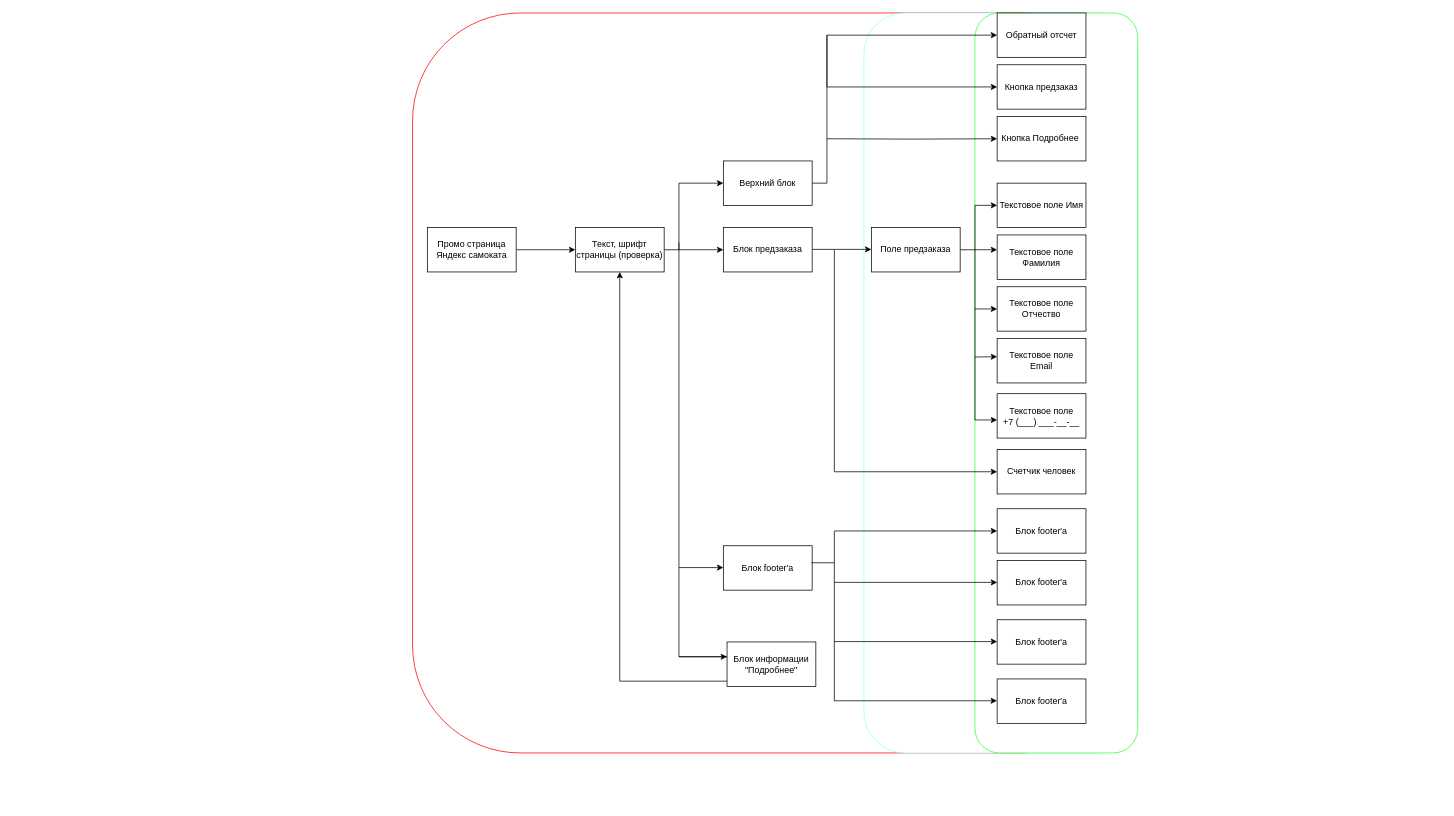
Before: Диаграмма без названия.drawio in ru1svasin/ru1svasin, a draw.io diagram. Source tidied: cells renumbered, new cells numbered last; positions are measured from the earlier drawing's top-left corner, leaving out a move shared by most shapes. Both pictures are drawn from the tidied source at 74%, with x=0, y=0 at pixel (412, 13).
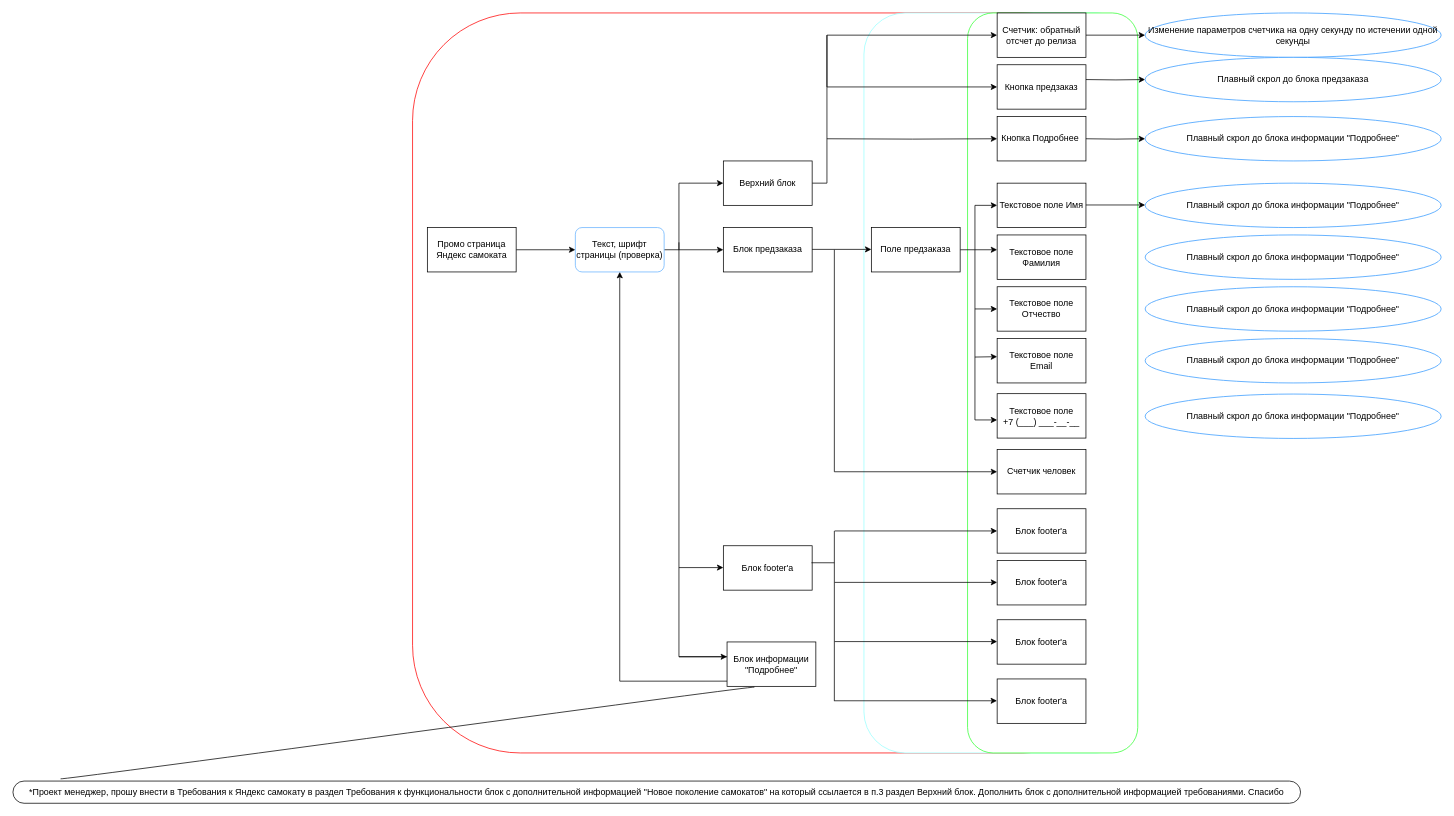
The same page after the edit.

The change refers to these unchanged cells:
```xml
<mxCell id="23" value="Блок информации &quot;Подробнее&quot;" style="rounded=0;whiteSpace=wrap;html=1;" parent="1" vertex="1">
  <mxGeometry x="425" y="850" width="120" height="60" as="geometry" />
</mxCell>
```

What changed in the source:
```diff
@@
     <mxCell id="4" style="rounded=1;whiteSpace=wrap;html=1;strokeColor=#33FF33;" parent="1" vertex="1">
-      <mxGeometry x="760" width="220" height="1000" as="geometry" />
+      <mxGeometry x="750" width="230" height="1000" as="geometry" />
     </mxCell>
@@
-    <mxCell id="8" value="Текст, шрифт страницы (проверка)" style="whiteSpace=wrap;html=1;rounded=0;" parent="1" vertex="1">
+    <mxCell id="8" value="Текст, шрифт страницы (проверка)" style="whiteSpace=wrap;html=1;rounded=1;strokeColor=#66B2FF;" parent="1" vertex="1">
       <mxGeometry x="220" y="290" width="120" height="60" as="geometry" />
     </mxCell>
@@
+    <mxCell id="53" style="edgeStyle=orthogonalEdgeStyle;rounded=0;jettySize=auto;html=1;" parent="1" edge="1" source="18" target="56">
+      <mxGeometry relative="1" as="geometry" />
+    </mxCell>
-    <mxCell id="18" value="Обратный отсчет" style="whiteSpace=wrap;html=1;rounded=0;" parent="1" vertex="1">
+    <mxCell id="18" value="Счетчик: обратный отсчет до релиза" style="whiteSpace=wrap;html=1;rounded=0;" parent="1" vertex="1">
       <mxGeometry x="790" width="120" height="60" as="geometry" />
     </mxCell>
@@
+    <mxCell id="54" value="*Проект менеджер, прошу внести в Требования к Яндекс самокату в раздел Требования к функциональности блок с дополнительной информацией &quot;Новое поколение самокатов&quot; на который ссылается в п.3 раздел Верхний блок. Дополнить блок с дополнительной информацией требованиями. Спасибо" style="whiteSpace=wrap;html=1;rounded=1;arcSize=50;align=center;verticalAlign=middle;strokeWidth=1;spacing=4;newEdgeStyle={&quot;edgeStyle&quot;:&quot;entityRelationEdgeStyle&quot;,&quot;startArrow&quot;:&quot;none&quot;,&quot;endArrow&quot;:&quot;none&quot;,&quot;segment&quot;:10,&quot;curved&quot;:1};" parent="1" vertex="1">
+      <mxGeometry x="-540" y="1038" width="1740" height="30" as="geometry" />
+    </mxCell>
+    <mxCell id="55" style="edgeStyle=entityRelationEdgeStyle;startArrow=none;endArrow=none;segment=10;curved=1;rounded=0;exitX=0.308;exitY=1.017;exitDx=0;exitDy=0;exitPerimeter=0;entryX=0.037;entryY=-0.1;entryDx=0;entryDy=0;entryPerimeter=0;" parent="1" edge="1" source="23" target="54">
+      <mxGeometry relative="1" as="geometry" />
+    </mxCell>
+    <mxCell id="56" value="Изменение параметров счетчика на одну секунду по истечении одной секунды" style="ellipse;whiteSpace=wrap;html=1;rounded=0;strokeColor=#3399FF;" parent="1" vertex="1">
+      <mxGeometry x="990" width="400" height="60" as="geometry" />
+    </mxCell>
+    <mxCell id="57" style="edgeStyle=orthogonalEdgeStyle;rounded=0;jettySize=auto;html=1;" parent="1" edge="1" target="58">
+      <mxGeometry relative="1" as="geometry">
+        <mxPoint x="910" y="90" as="sourcePoint" />
+      </mxGeometry>
+    </mxCell>
+    <mxCell id="58" value="Плавный скрол до блока предзаказа" style="ellipse;whiteSpace=wrap;html=1;rounded=0;strokeColor=#3399FF;" parent="1" vertex="1">
+      <mxGeometry x="990" y="60" width="400" height="60" as="geometry" />
+    </mxCell>
+    <mxCell id="59" style="edgeStyle=orthogonalEdgeStyle;rounded=0;jettySize=auto;html=1;" parent="1" edge="1" target="60">
+      <mxGeometry relative="1" as="geometry">
+        <mxPoint x="910" y="170" as="sourcePoint" />
+      </mxGeometry>
+    </mxCell>
+    <mxCell id="60" value="Плавный скрол до блока информации &quot;Подробнее&quot;" style="ellipse;whiteSpace=wrap;html=1;rounded=0;strokeColor=#3399FF;" parent="1" vertex="1">
+      <mxGeometry x="990" y="140" width="400" height="60" as="geometry" />
+    </mxCell>
+    <mxCell id="61" value="Плавный скрол до блока информации &quot;Подробнее&quot;" style="ellipse;whiteSpace=wrap;html=1;rounded=0;strokeColor=#3399FF;" parent="1" vertex="1">
+      <mxGeometry x="990" y="230" width="400" height="60" as="geometry" />
+    </mxCell>
+    <mxCell id="62" value="Плавный скрол до блока информации &quot;Подробнее&quot;" style="ellipse;whiteSpace=wrap;html=1;rounded=0;strokeColor=#3399FF;" parent="1" vertex="1">
+      <mxGeometry x="990" y="300" width="400" height="60" as="geometry" />
+    </mxCell>
+    <mxCell id="63" value="Плавный скрол до блока информации &quot;Подробнее&quot;" style="ellipse;whiteSpace=wrap;html=1;rounded=0;strokeColor=#3399FF;" parent="1" vertex="1">
+      <mxGeometry x="990" y="370" width="400" height="60" as="geometry" />
+    </mxCell>
+    <mxCell id="64" value="Плавный скрол до блока информации &quot;Подробнее&quot;" style="ellipse;whiteSpace=wrap;html=1;rounded=0;strokeColor=#3399FF;" parent="1" vertex="1">
+      <mxGeometry x="990" y="440" width="400" height="60" as="geometry" />
+    </mxCell>
+    <mxCell id="65" value="Плавный скрол до блока информации &quot;Подробнее&quot;" style="ellipse;whiteSpace=wrap;html=1;rounded=0;strokeColor=#3399FF;" parent="1" vertex="1">
+      <mxGeometry x="990" y="515" width="400" height="60" as="geometry" />
+    </mxCell>
+    <mxCell id="66" style="edgeStyle=orthogonalEdgeStyle;rounded=0;orthogonalLoop=1;jettySize=auto;html=1;" parent="1" edge="1">
+      <mxGeometry relative="1" as="geometry">
+        <mxPoint x="910" y="259.5" as="sourcePoint" />
+        <mxPoint x="990" y="259.5" as="targetPoint" />
+      </mxGeometry>
+    </mxCell>
```
